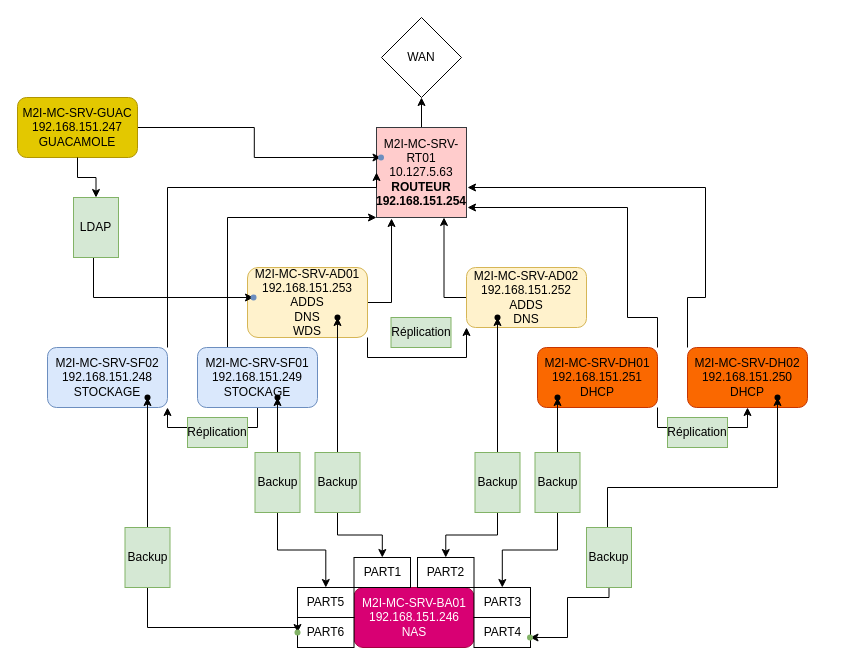
Above: multipass/infra_exam.drawio in Skreadz/scripts (draw.io), before the change. Source tidied: cells renumbered, new cells numbered last; positions are measured from the earlier drawing's top-left corner, leaving out a move shared by most shapes. Both pictures are drawn from the tidied source at 100%, with x=0, y=0 at pixel (17, 17).
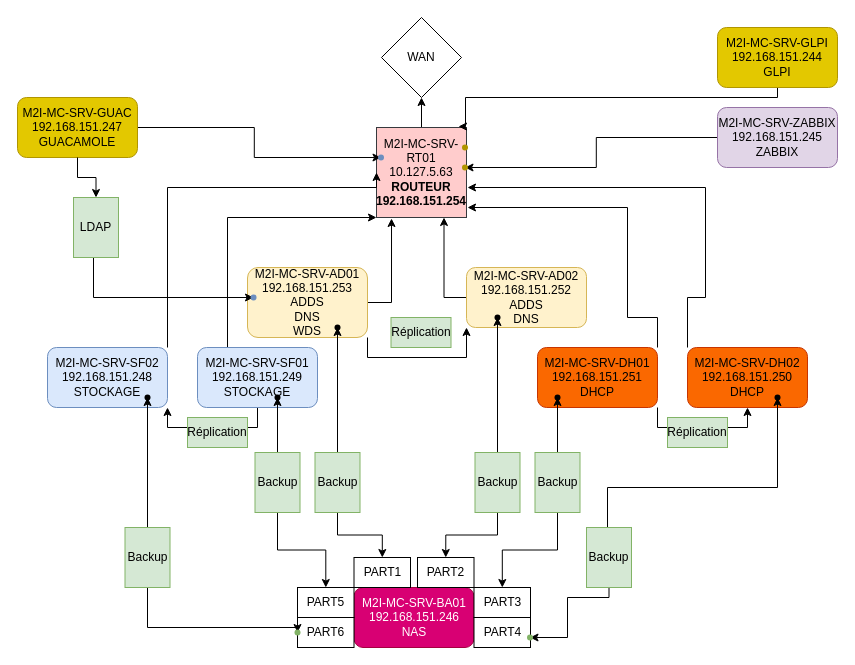
After the change.

Commit message:
Mettre à jour infra_exam.drawio

Unchanged cells that the change refers to:
```xml
<mxCell id="3" value="M2I-MC-SRV-RT01&lt;br&gt;10.127.5.63&lt;br&gt;&lt;b&gt;ROUTEUR&lt;br&gt;192.168.151.254&lt;br&gt;&lt;/b&gt;" style="whiteSpace=wrap;html=1;fillColor=#ffcccc;strokeColor=#36393d;" parent="1" vertex="1">
  <mxGeometry x="359" y="110" width="90" height="90" as="geometry" />
</mxCell>
```

Change to the diagram source:
```diff
@@
     <mxCell id="35" style="shape=waypoint;sketch=0;size=6;points=[];fillColor=default;perimeter=centerPerimeter;snapToPoint=1;rounded=0;" parent="1" vertex="1">
-      <mxGeometry x="310" y="290" width="20" height="20" as="geometry" />
+      <mxGeometry x="310" y="300" width="20" height="20" as="geometry" />
     </mxCell>
@@
+    <mxCell id="63" style="edgeStyle=orthogonalEdgeStyle;rounded=0;jettySize=auto;html=1;" parent="1" edge="1" source="64" target="65">
+      <mxGeometry relative="1" as="geometry" />
+    </mxCell>
+    <mxCell id="64" value="M2I-MC-SRV-ZABBIX&lt;br&gt;192.168.151.245&lt;br&gt;ZABBIX" style="rounded=1;whiteSpace=wrap;html=1;fillColor=#e1d5e7;strokeColor=#9673a6;" parent="1" vertex="1">
+      <mxGeometry x="700" y="90" width="120" height="60" as="geometry" />
+    </mxCell>
+    <mxCell id="65" style="shape=waypoint;sketch=0;size=6;points=[];fillColor=#e3c800;perimeter=centerPerimeter;snapToPoint=1;strokeColor=#B09500;fontColor=#000000;rounded=1;" parent="1" vertex="1">
+      <mxGeometry x="437.5" y="140" width="20" height="20" as="geometry" />
+    </mxCell>
+    <mxCell id="66" style="edgeStyle=orthogonalEdgeStyle;rounded=0;jettySize=auto;html=1;entryX=0.911;entryY=-0.011;entryDx=0;entryDy=0;entryPerimeter=0;" parent="1" edge="1" source="67" target="3">
+      <mxGeometry relative="1" as="geometry">
+        <Array as="points">
+          <mxPoint x="760" y="80" />
+          <mxPoint x="448" y="80" />
+          <mxPoint x="448" y="109" />
+        </Array>
+      </mxGeometry>
+    </mxCell>
+    <mxCell id="67" value="M2I-MC-SRV-GLPI&lt;br&gt;192.168.151.244&lt;br&gt;GLPI" style="rounded=1;whiteSpace=wrap;html=1;fillColor=#e3c800;strokeColor=#B09500;fontColor=#000000;" parent="1" vertex="1">
+      <mxGeometry x="700" y="10" width="120" height="60" as="geometry" />
+    </mxCell>
+    <mxCell id="68" style="shape=waypoint;sketch=0;size=6;fillColor=#e3c800;perimeter=centerPerimeter;strokeColor=#B09500;fontColor=#000000;rounded=1;" parent="1" vertex="1">
+      <mxGeometry x="437.5" y="120" width="20" height="20" as="geometry" />
+    </mxCell>
```
